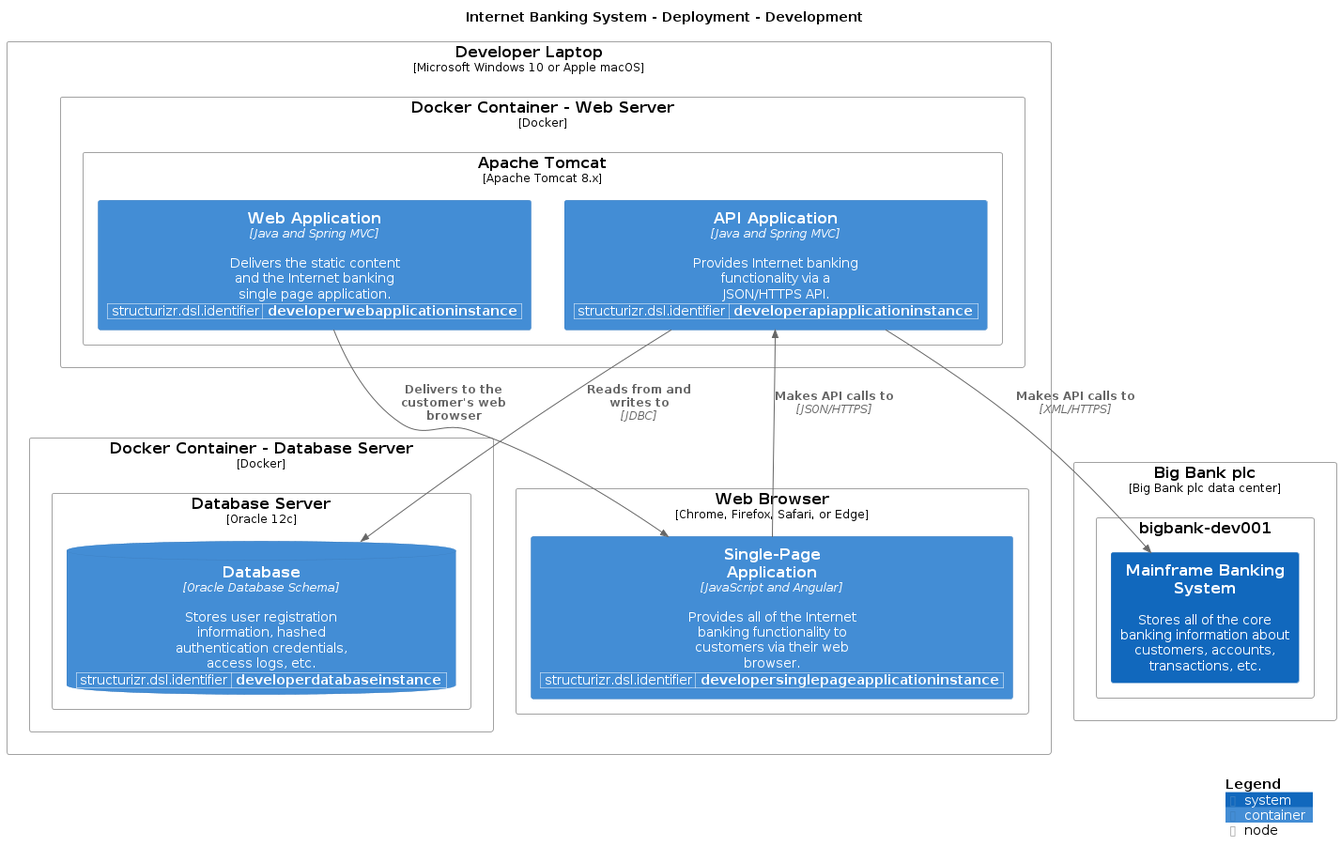
Earlier version of the PlantUML export main/png/DevelopmentDeployment.png (avisi-cloud/structurizr-site-generatr).
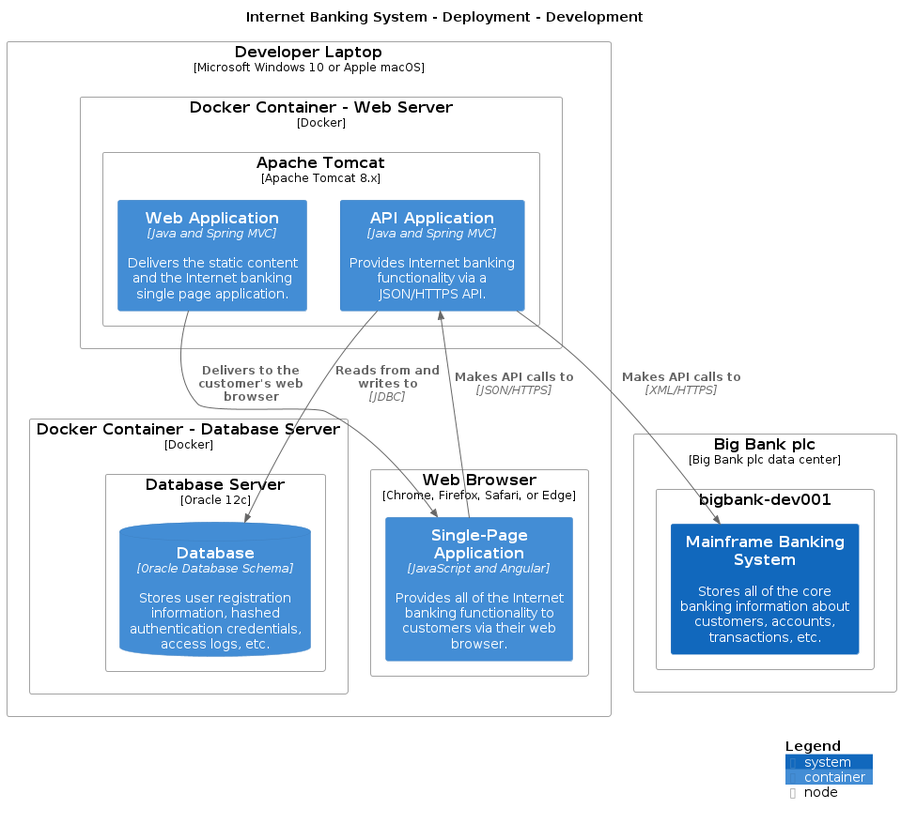
The same file after the commit.

What changed in the source:
```diff
@@ -12,8 +12,6 @@
 Deployment_Node(Development.DeveloperLaptop, "Developer Laptop", "Microsoft Windows 10 or Apple macOS", $tags="") {
   Deployment_Node(Development.DeveloperLaptop.DockerContainerDatabaseServer, "Docker Container - Database Server", "Docker", $tags="") {
     Deployment_Node(Development.DeveloperLaptop.DockerContainerDatabaseServer.DatabaseServer, "Database Server", "Oracle 12c", $tags="") {
-      WithoutPropertyHeader()
-      AddProperty("structurizr.dsl.identifier","developerdatabaseinstance")
       ContainerDb(Development.DeveloperLaptop.DockerContainerDatabaseServer.DatabaseServer.Database_1, "Database", "Oracle Database Schema", "Stores user registration information, hashed authentication credentials, access logs, etc.", $tags="")
     }
 
@@ -21,19 +19,13 @@
 
   Deployment_Node(Development.DeveloperLaptop.DockerContainerWebServer, "Docker Container - Web Server", "Docker", $tags="") {
     Deployment_Node(Development.DeveloperLaptop.DockerContainerWebServer.ApacheTomcat, "Apache Tomcat", "Apache Tomcat 8.x", $tags="") {
-      WithoutPropertyHeader()
-      AddProperty("structurizr.dsl.identifier","developerapiapplicationinstance")
       Container(Development.DeveloperLaptop.DockerContainerWebServer.ApacheTomcat.APIApplication_1, "API Application", "Java and Spring MVC", "Provides Internet banking functionality via a JSON/HTTPS API.", $tags="")
-      WithoutPropertyHeader()
-      AddProperty("structurizr.dsl.identifier","developerwebapplicationinstance")
       Container(Development.DeveloperLaptop.DockerContainerWebServer.ApacheTomcat.WebApplication_1, "Web Application", "Java and Spring MVC", "Delivers the static content and the Internet banking single page application.", $tags="")
     }
 
   }
 
   Deployment_Node(Development.DeveloperLaptop.WebBrowser, "Web Browser", "Chrome, Firefox, Safari, or Edge", $tags="") {
-    WithoutPropertyHeader()
-    AddProperty("structurizr.dsl.identifier","developersinglepageapplicationinstance")
     Container(Development.DeveloperLaptop.WebBrowser.SinglePageApplication_1, "Single-Page Application", "JavaScript and Angular", "Provides all of the Internet banking functionality to customers via their web browser.", $tags="")
   }
 
```
